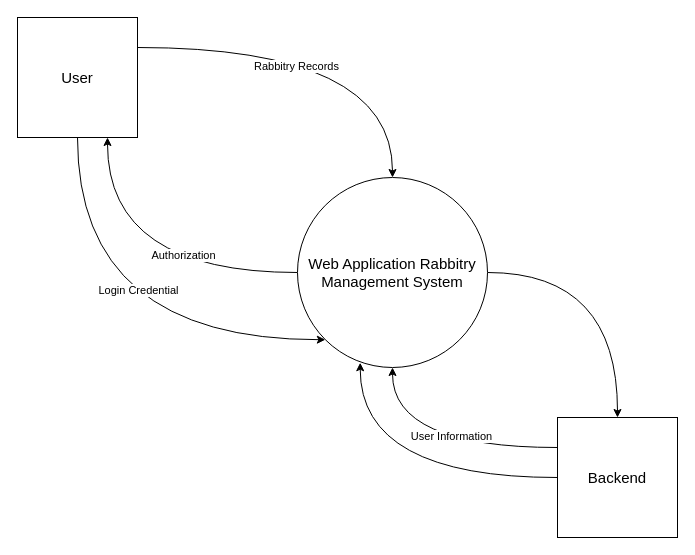
This is Context Diagram.drawio from SejiMe/rpc-system, a draw.io file, before an edit. Source tidied: cells renumbered, new cells numbered last; positions are measured from the earlier drawing's top-left corner, leaving out a move shared by most shapes. Both pictures are drawn from the tidied source at 100%, with x=0, y=0 at pixel (17, 17).
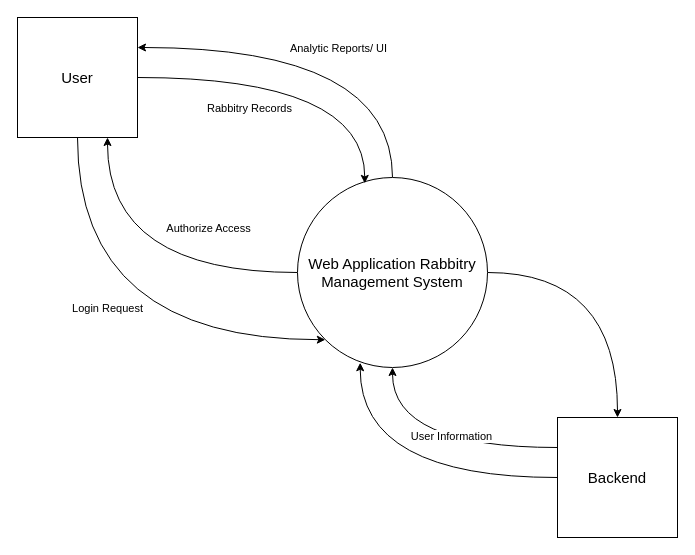
The same page after the edit.

The change refers to these unchanged cells:
```xml
<mxCell id="2" style="edgeStyle=orthogonalEdgeStyle;curved=1;rounded=0;jettySize=auto;html=1;exitX=0;exitY=0.5;exitDx=0;exitDy=0;entryX=0.75;entryY=1;entryDx=0;entryDy=0;" parent="1" edge="1" source="5" target="10">
  <mxGeometry relative="1" as="geometry" />
</mxCell>
<mxCell id="5" value="Web Application Rabbitry Management System" style="ellipse;whiteSpace=wrap;html=1;fontSize=15;" parent="1" vertex="1">
  <mxGeometry x="280" y="160" width="190" height="190" as="geometry" />
</mxCell>
<mxCell id="8" style="edgeStyle=orthogonalEdgeStyle;curved=1;rounded=0;jettySize=auto;html=1;exitX=0.5;exitY=1;exitDx=0;exitDy=0;entryX=0;entryY=1;entryDx=0;entryDy=0;" parent="1" edge="1" source="10" target="5">
  <mxGeometry relative="1" as="geometry">
    <Array as="points">
      <mxPoint x="60" y="322" />
    </Array>
  </mxGeometry>
</mxCell>
<mxCell id="10" value="User" style="whiteSpace=wrap;html=1;fontSize=15;" parent="1" vertex="1">
  <mxGeometry width="120" height="120" as="geometry" />
</mxCell>
```

Diff of the diagram source:
```diff
@@
-    <mxCell id="3" value="Authorization" style="edgeLabel;html=1;align=center;verticalAlign=middle;" parent="2" vertex="1">
-      <mxGeometry x="-0.29" y="-18" relative="1" as="geometry" />
+    <mxCell id="3" value="Authorize Access" style="edgeLabel;html=1;align=center;verticalAlign=middle;rotation=0;" parent="2" vertex="1">
+      <mxGeometry x="-0.29" y="-18" relative="1" as="geometry">
+        <mxPoint x="25" y="-27" as="offset" />
+      </mxGeometry>
     </mxCell>
@@
+    <mxCell id="15" style="edgeStyle=orthogonalEdgeStyle;curved=1;rounded=0;jettySize=auto;html=1;exitX=0.5;exitY=0;exitDx=0;exitDy=0;entryX=1;entryY=0.25;entryDx=0;entryDy=0;" parent="1" edge="1" source="5" target="10">
+      <mxGeometry relative="1" as="geometry">
+        <Array as="points">
+          <mxPoint x="375" y="30" />
+        </Array>
+      </mxGeometry>
+    </mxCell>
+    <mxCell id="16" value="Analytic Reports/ UI" style="edgeLabel;html=1;align=center;verticalAlign=middle;" parent="15" vertex="1">
+      <mxGeometry x="-0.04" y="37" relative="1" as="geometry">
+        <mxPoint y="-37" as="offset" />
+      </mxGeometry>
+    </mxCell>
@@
-    <mxCell id="6" style="edgeStyle=orthogonalEdgeStyle;rounded=0;jettySize=auto;html=1;exitX=1;exitY=0.25;exitDx=0;exitDy=0;curved=1;" parent="1" edge="1" source="10" target="5">
+    <mxCell id="6" style="edgeStyle=orthogonalEdgeStyle;rounded=0;jettySize=auto;html=1;exitX=1;exitY=0.5;exitDx=0;exitDy=0;curved=1;entryX=0.354;entryY=0.031;entryDx=0;entryDy=0;entryPerimeter=0;" parent="1" edge="1" source="10" target="5">
       <mxGeometry relative="1" as="geometry" />
     </mxCell>
     <mxCell id="7" value="Rabbitry Records" style="edgeLabel;html=1;align=center;verticalAlign=middle;" parent="6" vertex="1">
-      <mxGeometry x="-0.18" y="-18" relative="1" as="geometry" />
+      <mxGeometry x="-0.18" y="-18" relative="1" as="geometry">
+        <mxPoint x="-26" y="12" as="offset" />
+      </mxGeometry>
     </mxCell>
@@
-    <mxCell id="9" value="Login Credential" style="edgeLabel;html=1;align=center;verticalAlign=middle;" parent="8" vertex="1">
-      <mxGeometry x="0.17" y="50" relative="1" as="geometry" />
+    <mxCell id="9" value="Login Request" style="edgeLabel;html=1;align=center;verticalAlign=middle;" parent="8" vertex="1">
+      <mxGeometry x="0.17" y="50" relative="1" as="geometry">
+        <mxPoint x="-31" y="18" as="offset" />
+      </mxGeometry>
     </mxCell>
```
